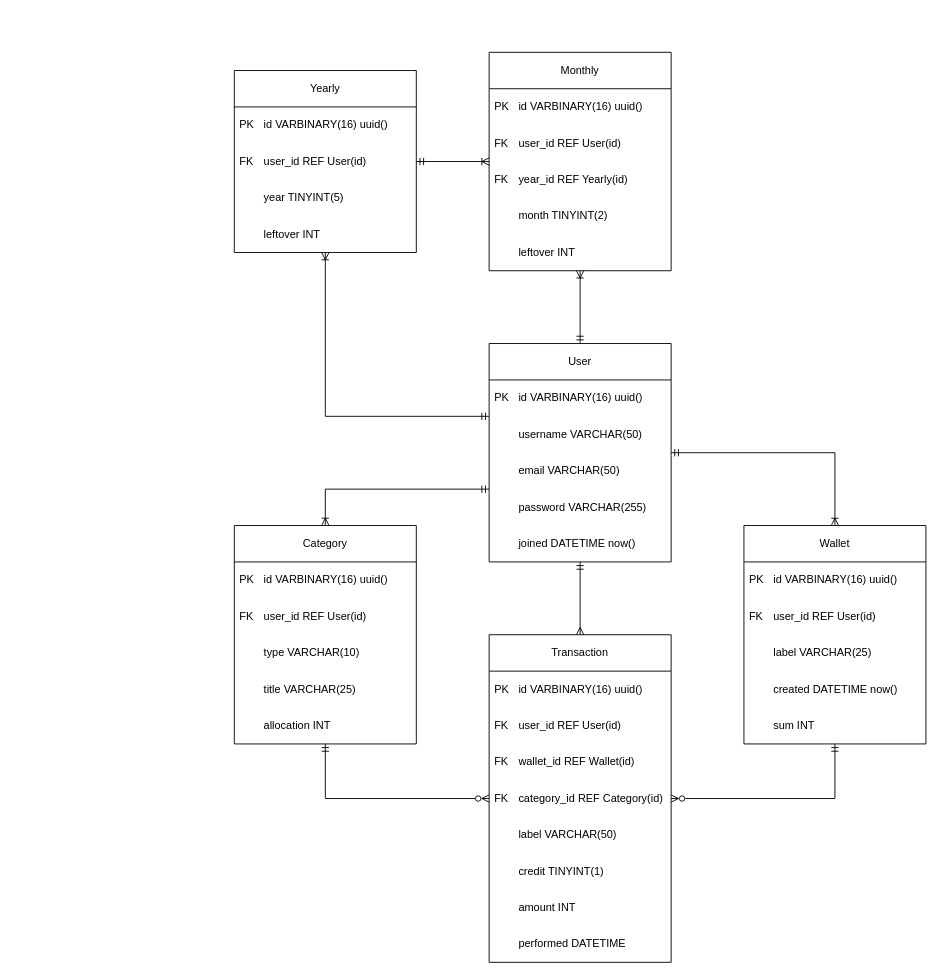
Before: backend/budgeteer_ERD.drawio in Heeuul/Budgeteer, a draw.io diagram. Source tidied: cells renumbered, new cells numbered last; positions are measured from the earlier drawing's top-left corner, leaving out a move shared by most shapes. Both pictures are drawn from the tidied source at 91%, with x=0, y=0 at pixel (234, 52).
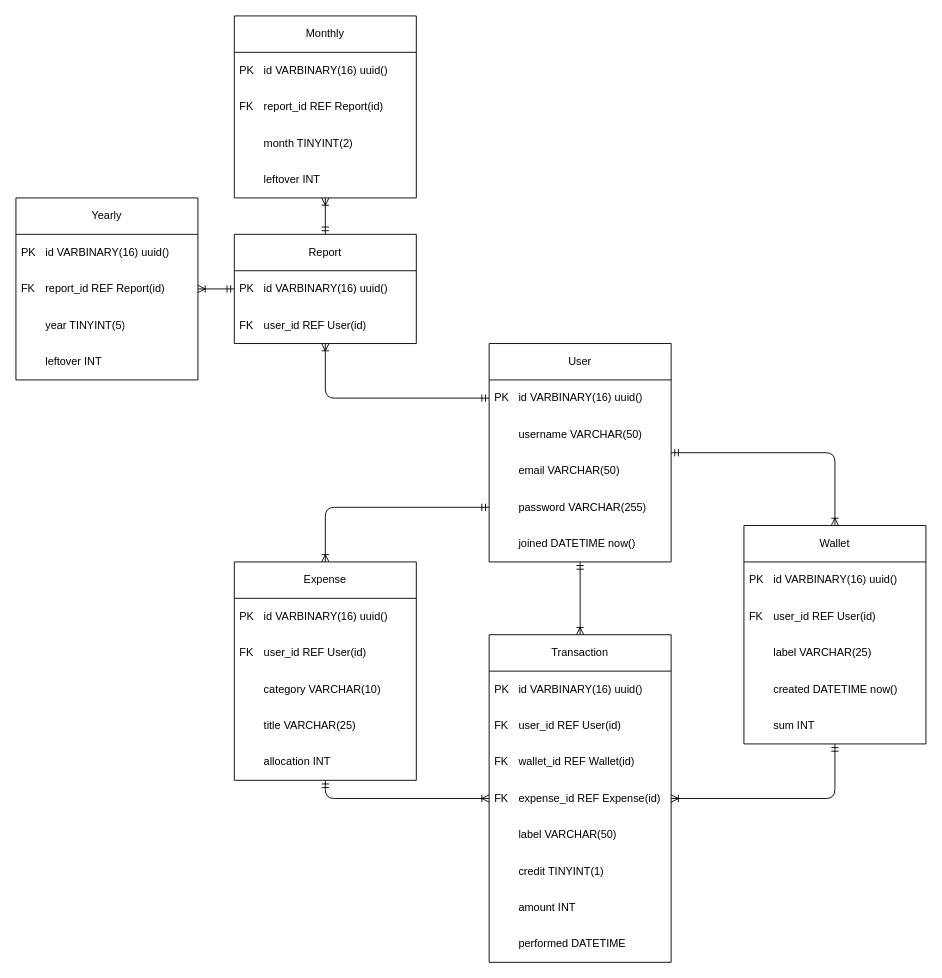
The same page after the edit.

The change refers to these unchanged cells:
```xml
<mxCell id="6" value="User" style="swimlane;fontStyle=0;horizontal=1;startSize=40;whiteSpace=wrap;html=1;rounded=0;" parent="1" vertex="1">
  <mxGeometry x="280" y="320" width="200" height="240" as="geometry" />
</mxCell>
<mxCell id="7" value="PK&amp;nbsp;&lt;span style=&quot;white-space: pre;&quot;&gt;&#9;&lt;/span&gt;id VARBINARY(16) uuid()&amp;nbsp;" style="text;strokeColor=none;fillColor=none;align=left;verticalAlign=middle;spacingLeft=4;spacingRight=4;overflow=hidden;points=[[0,0.5],[1,0.5]];portConstraint=eastwest;whiteSpace=wrap;html=1;" parent="6" vertex="1">
  <mxGeometry y="40" width="200" height="40" as="geometry" />
</mxCell>
<mxCell id="9" value="&lt;span style=&quot;white-space: pre;&quot;&gt;&#9;&lt;/span&gt;email VARCHAR(50)&amp;nbsp;" style="text;strokeColor=none;fillColor=none;align=left;verticalAlign=middle;spacingLeft=4;spacingRight=4;overflow=hidden;points=[[0,0.5],[1,0.5]];portConstraint=eastwest;whiteSpace=wrap;html=1;" parent="6" vertex="1">
  <mxGeometry y="120" width="200" height="40" as="geometry" />
</mxCell>
<mxCell id="10" value="&lt;span style=&quot;white-space: pre;&quot;&gt;&#9;&lt;/span&gt;password VARCHAR(255)&amp;nbsp;" style="text;strokeColor=none;fillColor=none;align=left;verticalAlign=middle;spacingLeft=4;spacingRight=4;overflow=hidden;points=[[0,0.5],[1,0.5]];portConstraint=eastwest;whiteSpace=wrap;html=1;" parent="6" vertex="1">
  <mxGeometry y="160" width="200" height="40" as="geometry" />
</mxCell>
<mxCell id="13" value="Wallet" style="swimlane;fontStyle=0;horizontal=1;startSize=40;whiteSpace=wrap;html=1;rounded=0;" parent="1" vertex="1">
  <mxGeometry x="560" y="520" width="200" height="240" as="geometry" />
</mxCell>
<mxCell id="19" value="Transaction" style="swimlane;fontStyle=0;horizontal=1;startSize=40;whiteSpace=wrap;html=1;rounded=0;" parent="1" vertex="1">
  <mxGeometry x="280" y="640" width="200" height="360" as="geometry" />
</mxCell>
```

Diff of the diagram source:
```diff
@@
+    <mxCell id="48" style="edgeStyle=none;html=1;startArrow=ERmandOne;startFill=0;endArrow=ERoneToMany;endFill=0;exitX=0;exitY=0.5;exitDx=0;exitDy=0;" parent="1" edge="1" source="7" target="53">
+      <mxGeometry relative="1" as="geometry">
+        <Array as="points">
+          <mxPoint x="100" y="380" />
+        </Array>
+      </mxGeometry>
+    </mxCell>
+    <mxCell id="49" style="edgeStyle=none;html=1;startArrow=ERmandOne;startFill=0;endArrow=ERoneToMany;endFill=0;exitX=0;exitY=0.5;exitDx=0;exitDy=0;" parent="1" edge="1" source="10" target="29">
+      <mxGeometry relative="1" as="geometry">
+        <Array as="points">
+          <mxPoint x="100" y="500" />
+        </Array>
+      </mxGeometry>
+    </mxCell>
-    <mxCell id="2" style="edgeStyle=orthogonalEdgeStyle;rounded=0;jettySize=auto;html=1;endArrow=ERmany;endFill=0;startArrow=ERmandOne;startFill=0;" parent="1" edge="1" source="6" target="19">
+    <mxCell id="2" style="edgeStyle=none;html=1;startArrow=ERmandOne;startFill=0;endArrow=ERoneToMany;endFill=0;" parent="1" edge="1" source="6" target="19">
       <mxGeometry relative="1" as="geometry" />
     </mxCell>
-    <mxCell id="3" style="edgeStyle=orthogonalEdgeStyle;rounded=0;jettySize=auto;html=1;endArrow=ERoneToMany;endFill=0;startArrow=ERmandOne;startFill=0;" parent="1" edge="1" source="6" target="13">
+    <mxCell id="3" style="edgeStyle=none;html=1;startArrow=ERmandOne;startFill=0;endArrow=ERoneToMany;endFill=0;" parent="1" edge="1" source="6" target="13">
       <mxGeometry relative="1" as="geometry">
         <Array as="points">
           <mxPoint x="660" y="440" />
         </Array>
       </mxGeometry>
     </mxCell>
-    <mxCell id="4" style="edgeStyle=orthogonalEdgeStyle;rounded=0;jettySize=auto;html=1;startArrow=ERmandOne;startFill=0;endArrow=ERoneToMany;endFill=0;" parent="1" edge="1" source="6" target="36">
-      <mxGeometry relative="1" as="geometry">
-        <Array as="points">
-          <mxPoint x="380" y="200" />
-        </Array>
-      </mxGeometry>
-    </mxCell>
-    <mxCell id="5" style="edgeStyle=orthogonalEdgeStyle;rounded=0;jettySize=auto;html=1;startArrow=ERmandOne;startFill=0;endArrow=ERoneToMany;endFill=0;" parent="1" edge="1" source="6" target="42">
-      <mxGeometry relative="1" as="geometry">
-        <Array as="points">
-          <mxPoint x="100" y="400" />
-        </Array>
-      </mxGeometry>
-    </mxCell>
@@
-    <mxCell id="12" style="edgeStyle=orthogonalEdgeStyle;rounded=0;jettySize=auto;html=1;endArrow=ERzeroToMany;endFill=0;startArrow=ERmandOne;startFill=0;" parent="1" edge="1" source="13" target="19">
+    <mxCell id="12" style="edgeStyle=none;html=1;startArrow=ERmandOne;startFill=0;endArrow=ERoneToMany;endFill=0;" parent="1" edge="1" source="13" target="19">
       <mxGeometry relative="1" as="geometry">
         <Array as="points">
           <mxPoint x="660" y="820" />
         </Array>
       </mxGeometry>
     </mxCell>
@@
-    <mxCell id="23" value="FK&lt;span style=&quot;white-space: pre;&quot;&gt;&#9;&lt;/span&gt;category_id REF Category(id)&amp;nbsp;" style="text;strokeColor=none;fillColor=none;align=left;verticalAlign=middle;spacingLeft=4;spacingRight=4;overflow=hidden;whiteSpace=wrap;html=1;" parent="19" vertex="1">
+    <mxCell id="23" value="FK&lt;span style=&quot;white-space: pre;&quot;&gt;&#9;&lt;/span&gt;expense_id REF Expense(id)&amp;nbsp;" style="text;strokeColor=none;fillColor=none;align=left;verticalAlign=middle;spacingLeft=4;spacingRight=4;overflow=hidden;whiteSpace=wrap;html=1;" parent="19" vertex="1">
       <mxGeometry y="160" width="200" height="40" as="geometry" />
     </mxCell>
@@
-    <mxCell id="28" style="edgeStyle=orthogonalEdgeStyle;rounded=0;jettySize=auto;html=1;startArrow=ERmandOne;startFill=0;endArrow=ERzeroToMany;endFill=0;" parent="1" edge="1" source="29" target="19">
+    <mxCell id="28" style="edgeStyle=none;html=1;startArrow=ERmandOne;startFill=0;endArrow=ERoneToMany;endFill=0;" parent="1" edge="1" source="29" target="19">
       <mxGeometry relative="1" as="geometry">
         <Array as="points">
           <mxPoint x="100" y="820" />
         </Array>
       </mxGeometry>
     </mxCell>
-    <mxCell id="29" value="Category" style="swimlane;fontStyle=0;horizontal=1;startSize=40;whiteSpace=wrap;html=1;rounded=0;" parent="1" vertex="1">
-      <mxGeometry y="520" width="200" height="240" as="geometry" />
+    <mxCell id="29" value="Expense" style="swimlane;fontStyle=0;horizontal=1;startSize=40;whiteSpace=wrap;html=1;rounded=0;" parent="1" vertex="1">
+      <mxGeometry y="560" width="200" height="240" as="geometry" />
     </mxCell>
@@
-    <mxCell id="32" value="&lt;span style=&quot;white-space: pre;&quot;&gt;&#9;&lt;/span&gt;type VARCHAR(10)&amp;nbsp;" style="text;strokeColor=none;fillColor=none;align=left;verticalAlign=middle;spacingLeft=4;spacingRight=4;overflow=hidden;whiteSpace=wrap;html=1;" parent="29" vertex="1">
+    <mxCell id="32" value="&lt;span style=&quot;white-space: pre;&quot;&gt;&#9;&lt;/span&gt;category VARCHAR(10)&amp;nbsp;" style="text;strokeColor=none;fillColor=none;align=left;verticalAlign=middle;spacingLeft=4;spacingRight=4;overflow=hidden;whiteSpace=wrap;html=1;" parent="29" vertex="1">
       <mxGeometry y="120" width="200" height="40" as="geometry" />
     </mxCell>
@@
-    <mxCell id="35" style="edgeStyle=orthogonalEdgeStyle;rounded=0;jettySize=auto;html=1;endArrow=ERoneToMany;endFill=0;startArrow=ERmandOne;startFill=0;" parent="1" edge="1" source="9" target="29">
-      <mxGeometry relative="1" as="geometry">
-        <Array as="points">
-          <mxPoint x="100" y="480" />
-        </Array>
-      </mxGeometry>
-    </mxCell>
     <mxCell id="36" value="Monthly" style="swimlane;fontStyle=0;horizontal=1;startSize=40;whiteSpace=wrap;html=1;rounded=0;" parent="1" vertex="1">
-      <mxGeometry x="280" width="200" height="240" as="geometry" />
+      <mxGeometry y="-40" width="200" height="200" as="geometry" />
     </mxCell>
@@
-    <mxCell id="38" value="FK&amp;nbsp;&lt;span style=&quot;white-space: pre;&quot;&gt;&#9;&lt;/span&gt;user_id REF User(id)&amp;nbsp;" style="text;strokeColor=none;fillColor=none;align=left;verticalAlign=middle;spacingLeft=4;spacingRight=4;overflow=hidden;whiteSpace=wrap;html=1;" parent="36" vertex="1">
-      <mxGeometry y="80" width="200" height="40" as="geometry" />
-    </mxCell>
-    <mxCell id="39" value="FK&amp;nbsp;&lt;span style=&quot;white-space: pre;&quot;&gt;&#9;&lt;/span&gt;year_id REF Yearly(id)&amp;nbsp;" style="text;strokeColor=none;fillColor=none;align=left;verticalAlign=middle;spacingLeft=4;spacingRight=4;overflow=hidden;whiteSpace=wrap;html=1;" parent="36" vertex="1">
-      <mxGeometry y="120" width="200" height="40" as="geometry" />
+    <mxCell id="39" value="FK&amp;nbsp;&lt;span style=&quot;white-space: pre;&quot;&gt;&#9;&lt;/span&gt;report_id REF Report(id)&amp;nbsp;" style="text;strokeColor=none;fillColor=none;align=left;verticalAlign=middle;spacingLeft=4;spacingRight=4;overflow=hidden;whiteSpace=wrap;html=1;" parent="36" vertex="1">
+      <mxGeometry y="80" width="200" height="40" as="geometry" />
     </mxCell>
     <mxCell id="40" value="&lt;span style=&quot;white-space: pre;&quot;&gt;&#9;&lt;/span&gt;month TINYINT(2)&amp;nbsp;" style="text;strokeColor=none;fillColor=none;align=left;verticalAlign=middle;spacingLeft=4;spacingRight=4;overflow=hidden;whiteSpace=wrap;html=1;" parent="36" vertex="1">
-      <mxGeometry y="160" width="200" height="40" as="geometry" />
+      <mxGeometry y="120" width="200" height="40" as="geometry" />
     </mxCell>
     <mxCell id="41" value="&lt;span style=&quot;white-space: pre;&quot;&gt;&#9;&lt;/span&gt;leftover INT&amp;nbsp;" style="text;strokeColor=none;fillColor=none;align=left;verticalAlign=middle;spacingLeft=4;spacingRight=4;overflow=hidden;whiteSpace=wrap;html=1;" parent="36" vertex="1">
-      <mxGeometry y="200" width="200" height="40" as="geometry" />
+      <mxGeometry y="160" width="200" height="40" as="geometry" />
     </mxCell>
     <mxCell id="42" value="Yearly" style="swimlane;fontStyle=0;horizontal=1;startSize=40;whiteSpace=wrap;html=1;rounded=0;" parent="1" vertex="1">
-      <mxGeometry y="20" width="200" height="200" as="geometry" />
+      <mxGeometry x="-240" y="160" width="200" height="200" as="geometry" />
     </mxCell>
@@
-    <mxCell id="44" value="FK&amp;nbsp;&lt;span style=&quot;white-space: pre;&quot;&gt;&#9;&lt;/span&gt;user_id REF User(id)&amp;nbsp;" style="text;strokeColor=none;fillColor=none;align=left;verticalAlign=middle;spacingLeft=4;spacingRight=4;overflow=hidden;points=[[0,0.5],[1,0.5]];portConstraint=eastwest;whiteSpace=wrap;html=1;" parent="42" vertex="1">
-      <mxGeometry y="80" width="200" height="40" as="geometry" />
-    </mxCell>
+    <mxCell id="50" value="FK&amp;nbsp;&lt;span style=&quot;white-space: pre;&quot;&gt;&#9;&lt;/span&gt;report_id REF Report(id)&amp;nbsp;" style="text;strokeColor=none;fillColor=none;align=left;verticalAlign=middle;spacingLeft=4;spacingRight=4;overflow=hidden;whiteSpace=wrap;html=1;" parent="42" vertex="1">
+      <mxGeometry y="80" width="200" height="40" as="geometry" />
+    </mxCell>
@@
-    <mxCell id="47" style="edgeStyle=orthogonalEdgeStyle;rounded=0;jettySize=auto;html=1;startArrow=ERmandOne;startFill=0;endArrow=ERoneToMany;endFill=0;" parent="1" edge="1" source="44" target="36">
-      <mxGeometry relative="1" as="geometry" />
-    </mxCell>
+    <mxCell id="51" style="edgeStyle=none;html=1;startArrow=ERmandOne;startFill=0;endArrow=ERoneToMany;endFill=0;" parent="1" edge="1" source="53" target="42">
+      <mxGeometry relative="1" as="geometry" />
+    </mxCell>
+    <mxCell id="52" style="edgeStyle=none;html=1;startArrow=ERmandOne;startFill=0;endArrow=ERoneToMany;endFill=0;" parent="1" edge="1" source="53" target="36">
+      <mxGeometry relative="1" as="geometry" />
+    </mxCell>
+    <mxCell id="53" value="Report" style="swimlane;fontStyle=0;horizontal=1;startSize=40;whiteSpace=wrap;html=1;rounded=0;" parent="1" vertex="1">
+      <mxGeometry y="200" width="200" height="120" as="geometry" />
+    </mxCell>
+    <mxCell id="54" value="PK&amp;nbsp;&lt;span style=&quot;white-space: pre;&quot;&gt;&#9;&lt;/span&gt;id VARBINARY(16) uuid()&amp;nbsp;" style="text;strokeColor=none;fillColor=none;align=left;verticalAlign=middle;spacingLeft=4;spacingRight=4;overflow=hidden;whiteSpace=wrap;html=1;" parent="53" vertex="1">
+      <mxGeometry y="40" width="200" height="40" as="geometry" />
+    </mxCell>
+    <mxCell id="55" value="FK&amp;nbsp;&lt;span style=&quot;white-space: pre;&quot;&gt;&#9;&lt;/span&gt;user_id REF User(id)&amp;nbsp;" style="text;strokeColor=none;fillColor=none;align=left;verticalAlign=middle;spacingLeft=4;spacingRight=4;overflow=hidden;whiteSpace=wrap;html=1;" parent="53" vertex="1">
+      <mxGeometry y="80" width="200" height="40" as="geometry" />
+    </mxCell>
```
